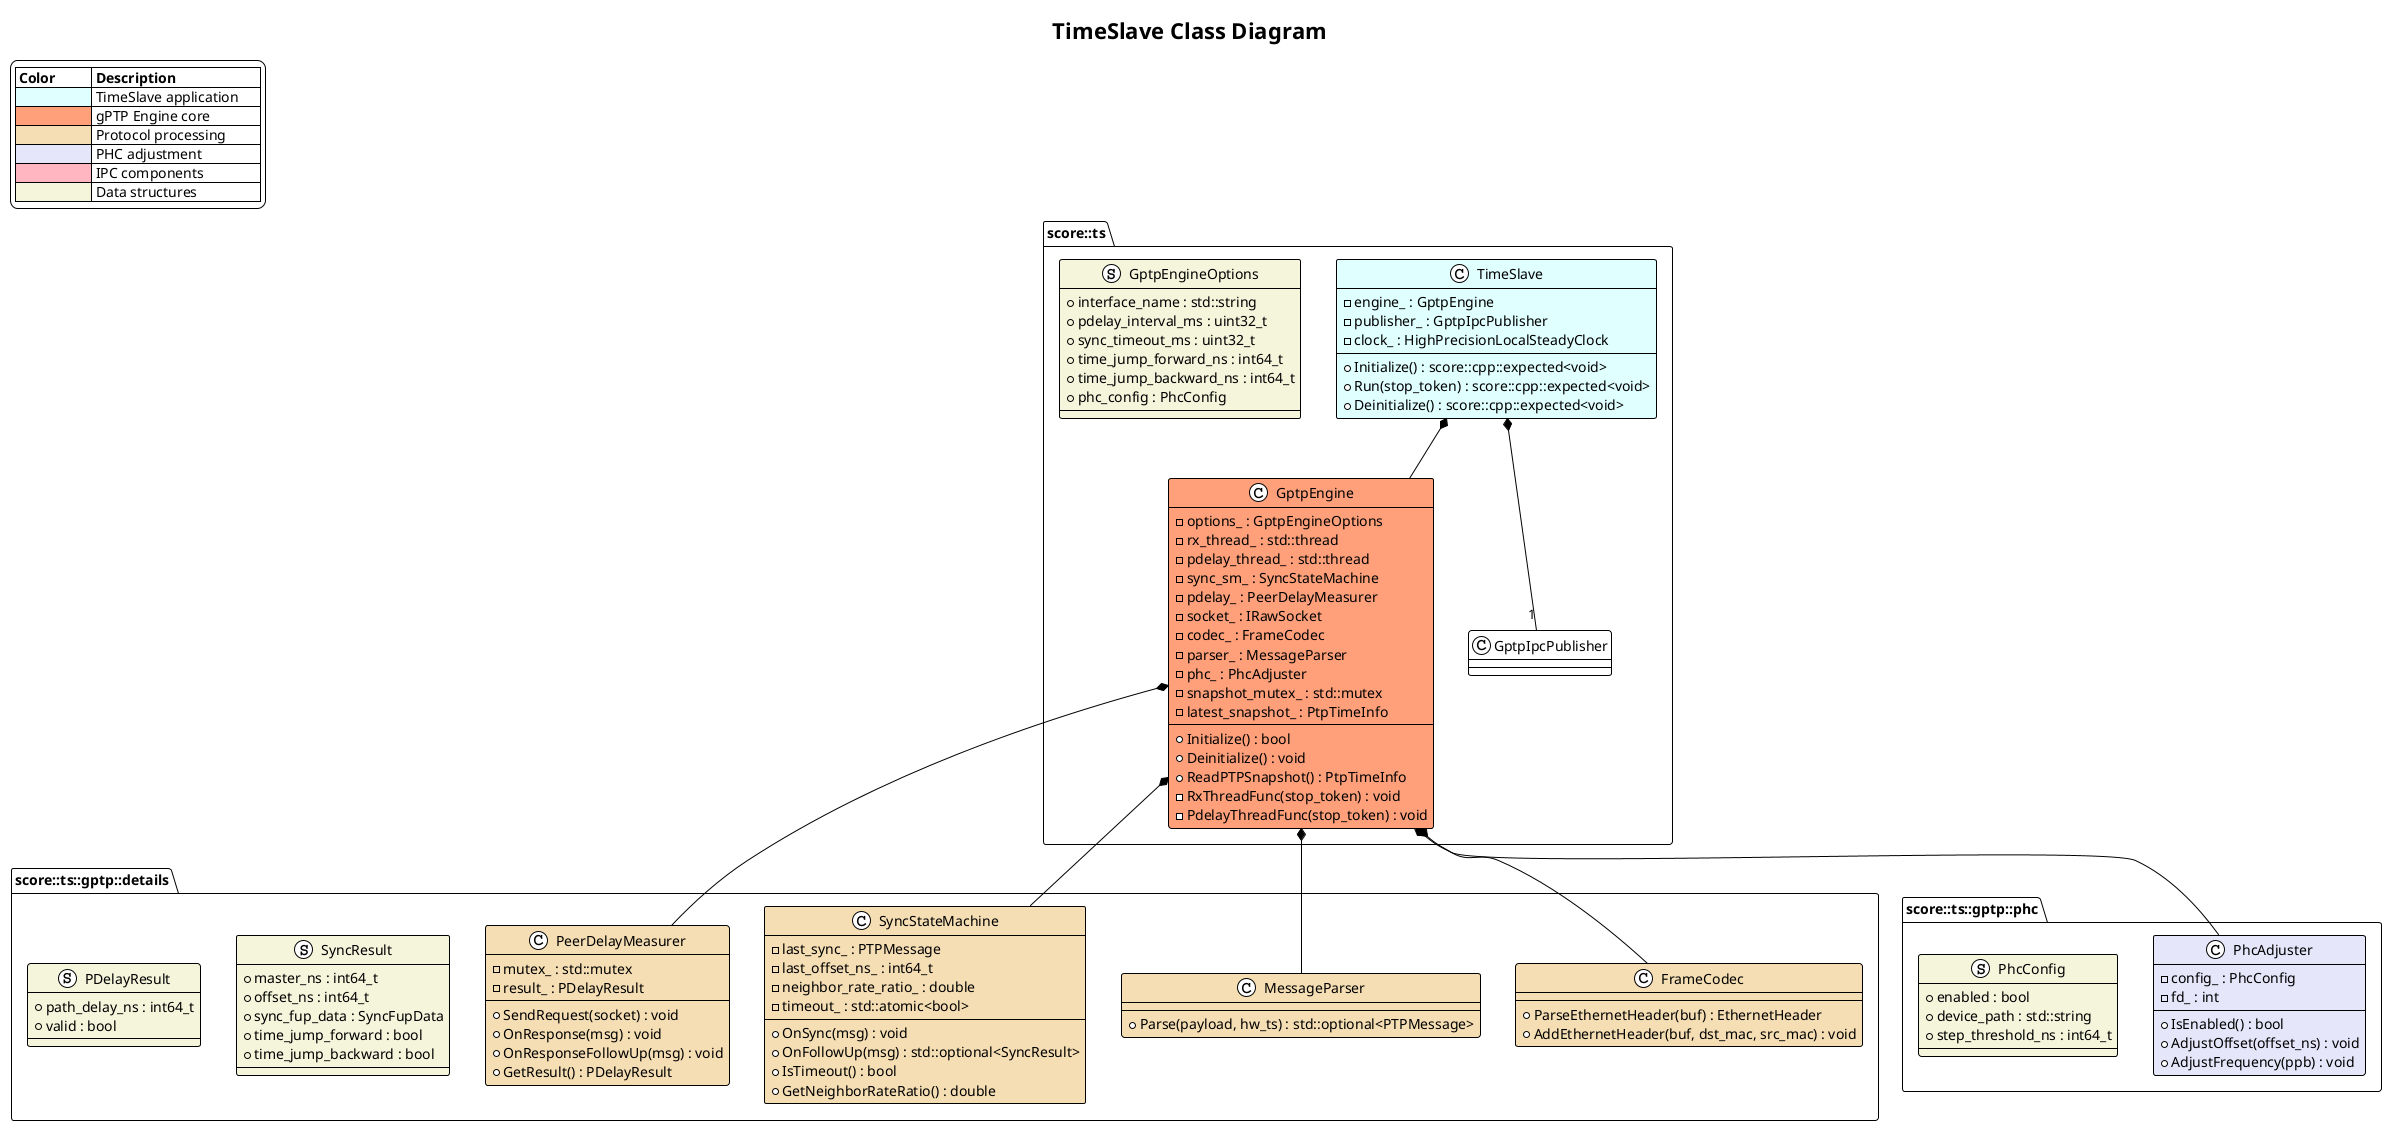
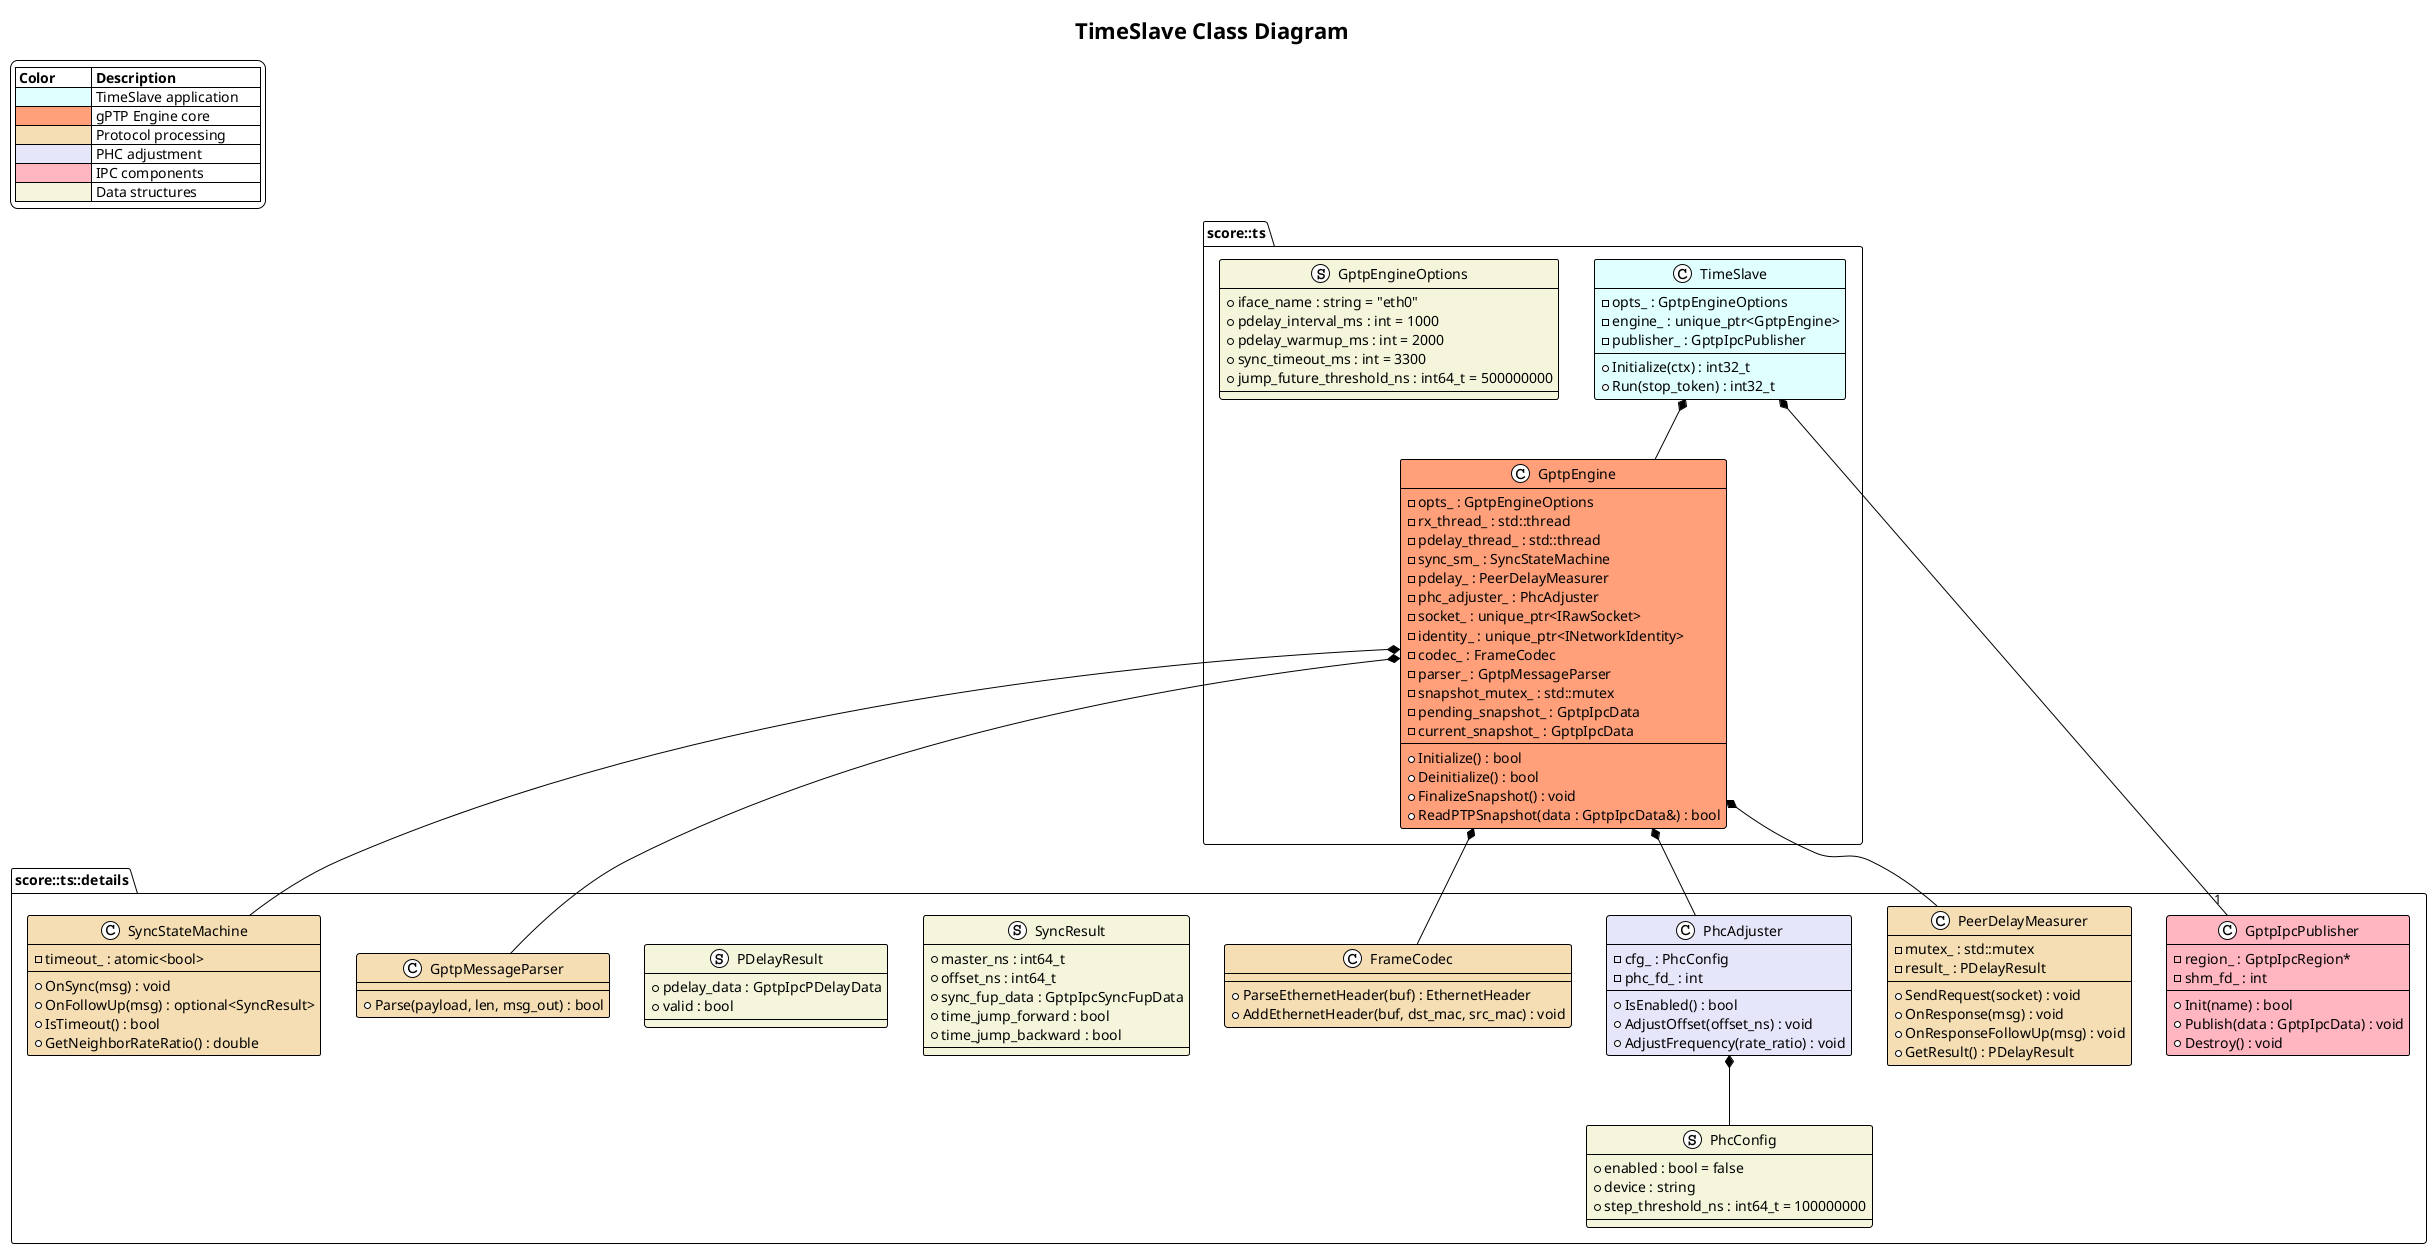
@startuml
!theme plain

title TimeSlave Class Diagram

legend top left
    |= Color          |= Description              |
    | <#LightCyan>    | TimeSlave application      |
    | <#LightSalmon>  | gPTP Engine core           |
    | <#Wheat>        | Protocol processing        |
    | <#Lavender>     | PHC adjustment             |
    | <#LightPink>    | IPC components             |
    | <#Beige>        | Data structures            |
endlegend

package "score::ts" {

    class TimeSlave #LightCyan {
-         - engine_ : GptpEngine
+         - opts_ : GptpEngineOptions
+         - engine_ : unique_ptr<GptpEngine>
        - publisher_ : GptpIpcPublisher
-         - clock_ : HighPrecisionLocalSteadyClock
-         + Initialize() : score::cpp::expected<void>
-         + Run(stop_token) : score::cpp::expected<void>
-         + Deinitialize() : score::cpp::expected<void>
+         + Initialize(ctx) : int32_t
+         + Run(stop_token) : int32_t
    }

    class GptpEngine #LightSalmon {
-         - options_ : GptpEngineOptions
+         - opts_ : GptpEngineOptions
        - rx_thread_ : std::thread
        - pdelay_thread_ : std::thread
        - sync_sm_ : SyncStateMachine
        - pdelay_ : PeerDelayMeasurer
-         - socket_ : IRawSocket
+         - phc_adjuster_ : PhcAdjuster
+         - socket_ : unique_ptr<IRawSocket>
+         - identity_ : unique_ptr<INetworkIdentity>
        - codec_ : FrameCodec
-         - parser_ : MessageParser
-         - phc_ : PhcAdjuster
+         - parser_ : GptpMessageParser
        - snapshot_mutex_ : std::mutex
-         - latest_snapshot_ : PtpTimeInfo
+         - pending_snapshot_ : GptpIpcData
+         - current_snapshot_ : GptpIpcData
        + Initialize() : bool
-         + Deinitialize() : void
-         + ReadPTPSnapshot() : PtpTimeInfo
-         - RxThreadFunc(stop_token) : void
-         - PdelayThreadFunc(stop_token) : void
+         + Deinitialize() : bool
+         + FinalizeSnapshot() : void
+         + ReadPTPSnapshot(data : GptpIpcData&) : bool
    }

    struct GptpEngineOptions #Beige {
-         + interface_name : std::string
-         + pdelay_interval_ms : uint32_t
-         + sync_timeout_ms : uint32_t
-         + time_jump_forward_ns : int64_t
-         + time_jump_backward_ns : int64_t
-         + phc_config : PhcConfig
+         + iface_name : string = "eth0"
+         + pdelay_interval_ms : int = 1000
+         + pdelay_warmup_ms : int = 2000
+         + sync_timeout_ms : int = 3300
+         + jump_future_threshold_ns : int64_t = 500000000
    }

    TimeSlave *-- GptpEngine
-     TimeSlave *-- "1" GptpIpcPublisher
}

- package "score::ts::gptp::details" {
+ package "score::ts::details" {
    class FrameCodec #Wheat {
        + ParseEthernetHeader(buf) : EthernetHeader
        + AddEthernetHeader(buf, dst_mac, src_mac) : void
    }

-     class MessageParser #Wheat {
-         + Parse(payload, hw_ts) : std::optional<PTPMessage>
+     class GptpMessageParser #Wheat {
+         + Parse(payload, len, msg_out) : bool
    }

    class SyncStateMachine #Wheat {
-         - last_sync_ : PTPMessage
-         - last_offset_ns_ : int64_t
-         - neighbor_rate_ratio_ : double
-         - timeout_ : std::atomic<bool>
+         - timeout_ : atomic<bool>
        + OnSync(msg) : void
-         + OnFollowUp(msg) : std::optional<SyncResult>
+         + OnFollowUp(msg) : optional<SyncResult>
        + IsTimeout() : bool
        + GetNeighborRateRatio() : double
    }

    class PeerDelayMeasurer #Wheat {
        - mutex_ : std::mutex
        - result_ : PDelayResult
        + SendRequest(socket) : void
        + OnResponse(msg) : void
        + OnResponseFollowUp(msg) : void
        + GetResult() : PDelayResult
    }

    struct SyncResult #Beige {
        + master_ns : int64_t
        + offset_ns : int64_t
-         + sync_fup_data : SyncFupData
+         + sync_fup_data : GptpIpcSyncFupData
        + time_jump_forward : bool
        + time_jump_backward : bool
    }

    struct PDelayResult #Beige {
-         + path_delay_ns : int64_t
+         + pdelay_data : GptpIpcPDelayData
        + valid : bool
    }
- }

- package "score::ts::gptp::phc" {
+     class GptpIpcPublisher #LightPink {
+         - region_ : GptpIpcRegion*
+         - shm_fd_ : int
+         + Init(name) : bool
+         + Publish(data : GptpIpcData) : void
+         + Destroy() : void
+     }
+ 
    class PhcAdjuster #Lavender {
-         - config_ : PhcConfig
-         - fd_ : int
+         - cfg_ : PhcConfig
+         - phc_fd_ : int
        + IsEnabled() : bool
        + AdjustOffset(offset_ns) : void
-         + AdjustFrequency(ppb) : void
+         + AdjustFrequency(rate_ratio) : void
    }

    struct PhcConfig #Beige {
-         + enabled : bool
-         + device_path : std::string
-         + step_threshold_ns : int64_t
+         + enabled : bool = false
+         + device : string
+         + step_threshold_ns : int64_t = 100000000
    }
}

GptpEngine *-- FrameCodec
- GptpEngine *-- MessageParser
+ GptpEngine *-- GptpMessageParser
GptpEngine *-- SyncStateMachine
GptpEngine *-- PeerDelayMeasurer
GptpEngine *-- PhcAdjuster
+ PhcAdjuster *-- PhcConfig
+ TimeSlave *-- "1" GptpIpcPublisher

@enduml
